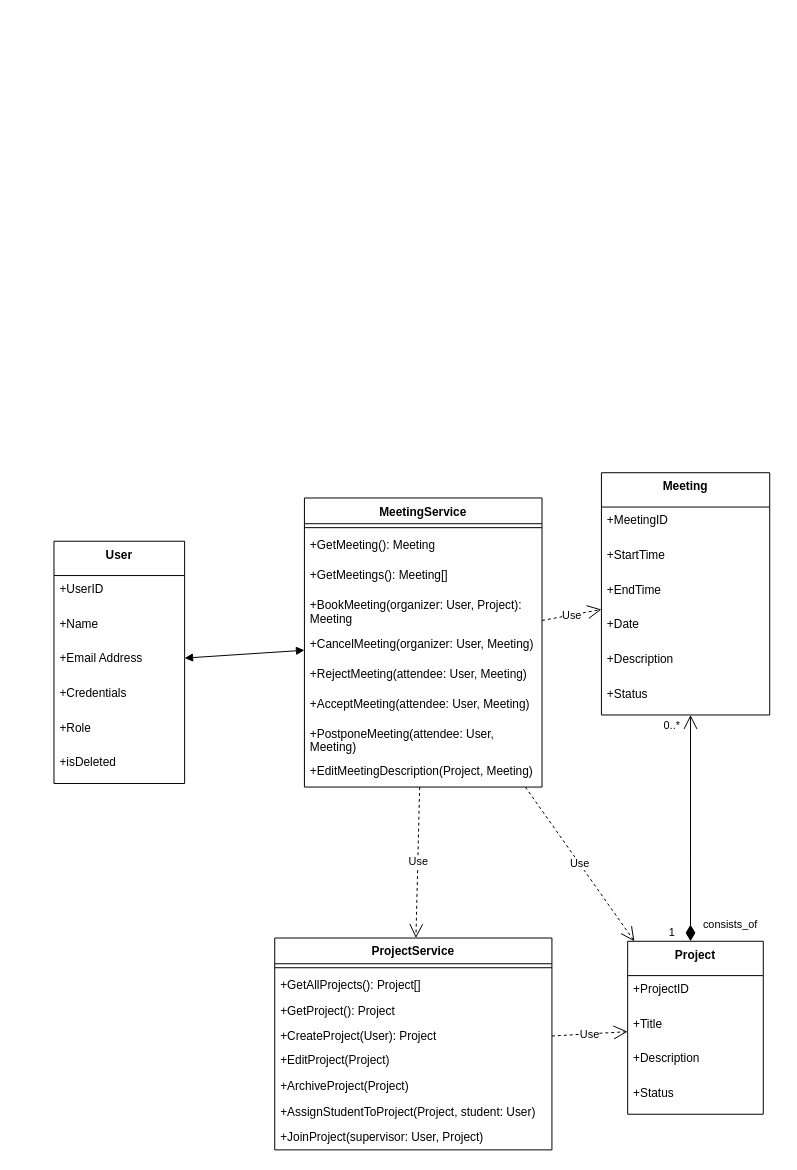
Above: UML/Class Diagrams/MeetingService Class Diagram.drawio in Beginner50/Dissertation (draw.io), before the change. Source tidied: cells renumbered, new cells numbered last; positions are measured from the earlier drawing's top-left corner, leaving out a move shared by most shapes. Both pictures are drawn from the tidied source at 99%, with x=0, y=0 at pixel (53, 472).
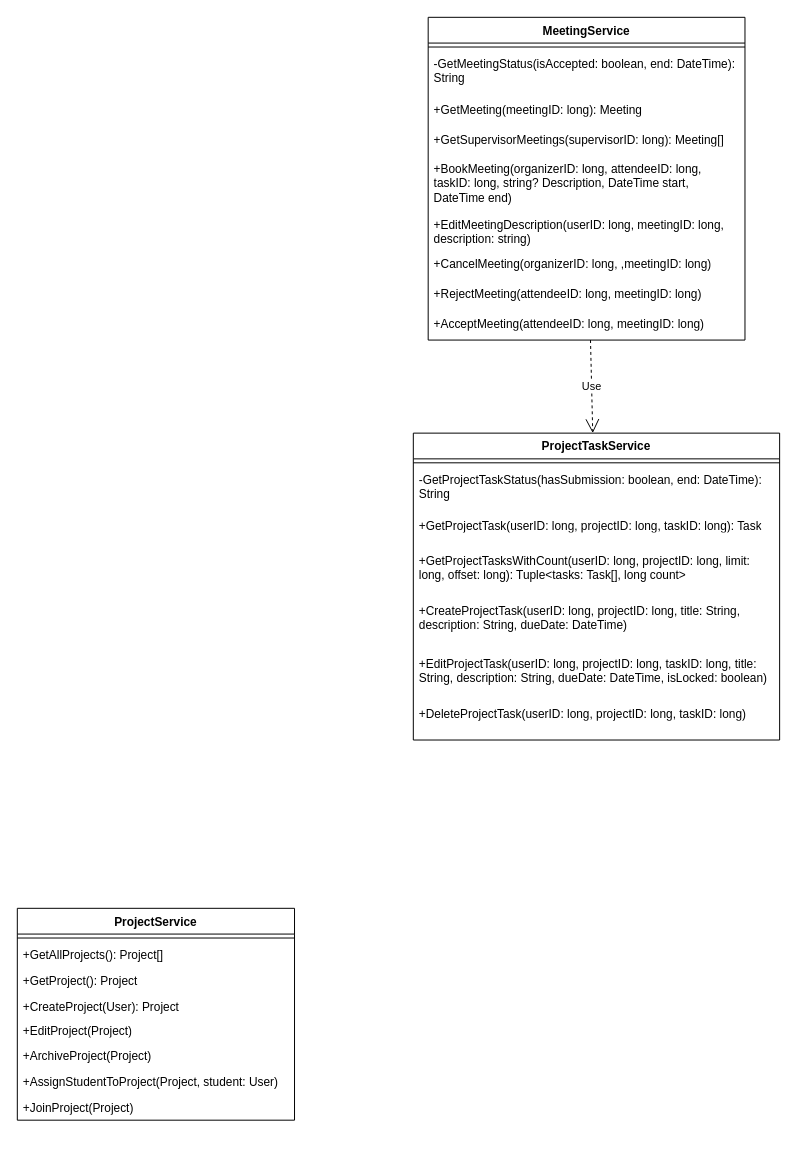
The same diagram, later.

What changed in the source:
```diff
@@
-    <mxCell id="2" value="Meeting" style="swimlane;fontStyle=1;align=center;verticalAlign=top;horizontal=1;startSize=34.666666666666664;" parent="1" vertex="1">
-      <mxGeometry x="553" width="170" height="244.7" as="geometry" />
-    </mxCell>
-    <mxCell id="3" value="+MeetingID" style="text;strokeColor=none;fillColor=none;align=left;verticalAlign=top;spacingLeft=4;spacingRight=4;overflow=hidden;" parent="2" vertex="1">
-      <mxGeometry y="34.7" width="170" height="35" as="geometry" />
-    </mxCell>
-    <mxCell id="4" value="+StartTime" style="text;strokeColor=none;fillColor=none;align=left;verticalAlign=top;spacingLeft=4;spacingRight=4;overflow=hidden;" parent="2" vertex="1">
-      <mxGeometry y="69.7" width="170" height="35" as="geometry" />
-    </mxCell>
-    <mxCell id="5" value="+EndTime" style="text;strokeColor=none;fillColor=none;align=left;verticalAlign=top;spacingLeft=4;spacingRight=4;overflow=hidden;" parent="2" vertex="1">
-      <mxGeometry y="104.7" width="170" height="35" as="geometry" />
-    </mxCell>
-    <mxCell id="6" value="+Date" style="text;strokeColor=none;fillColor=none;align=left;verticalAlign=top;spacingLeft=4;spacingRight=4;overflow=hidden;" parent="2" vertex="1">
-      <mxGeometry y="139.7" width="170" height="35" as="geometry" />
-    </mxCell>
-    <mxCell id="7" value="+Description" style="text;strokeColor=none;fillColor=none;align=left;verticalAlign=top;spacingLeft=4;spacingRight=4;overflow=hidden;" parent="2" vertex="1">
-      <mxGeometry y="174.7" width="170" height="35" as="geometry" />
-    </mxCell>
-    <mxCell id="8" value="+Status" style="text;strokeColor=none;fillColor=none;align=left;verticalAlign=top;spacingLeft=4;spacingRight=4;overflow=hidden;" parent="2" vertex="1">
-      <mxGeometry y="209.7" width="170" height="35" as="geometry" />
-    </mxCell>
     <mxCell id="9" value="MeetingService" style="swimlane;fontStyle=1;align=center;verticalAlign=top;horizontal=1;startSize=26;whiteSpace=wrap;html=1;" parent="1" vertex="1">
-      <mxGeometry x="253" y="25.5" width="240" height="292" as="geometry" />
+      <mxGeometry x="378" y="-460" width="320" height="326" as="geometry" />
     </mxCell>
     <mxCell id="10" style="line;strokeWidth=1;fillColor=none;align=left;verticalAlign=middle;spacingTop=-1;spacingLeft=3;spacingRight=3;labelPosition=right;strokeColor=inherit;" parent="9" vertex="1">
-      <mxGeometry y="26" width="240" height="8" as="geometry" />
+      <mxGeometry y="26" width="320" height="8" as="geometry" />
     </mxCell>
+    <mxCell id="48" value="-GetMeetingStatus(isAccepted: boolean, end: DateTime): String" style="text;strokeColor=none;fillColor=none;align=left;verticalAlign=top;spacingLeft=4;spacingRight=4;overflow=hidden;whiteSpace=wrap;html=1;" parent="9" vertex="1">
+      <mxGeometry y="34" width="320" height="46" as="geometry" />
+    </mxCell>
-    <mxCell id="11" value="+GetMeeting(): Meeting" style="text;strokeColor=none;fillColor=none;align=left;verticalAlign=top;spacingLeft=4;spacingRight=4;overflow=hidden;whiteSpace=wrap;html=1;" parent="9" vertex="1">
-      <mxGeometry y="34" width="240" height="30" as="geometry" />
+    <mxCell id="11" value="+GetMeeting(meetingID: long): Meeting" style="text;strokeColor=none;fillColor=none;align=left;verticalAlign=top;spacingLeft=4;spacingRight=4;overflow=hidden;whiteSpace=wrap;html=1;" parent="9" vertex="1">
+      <mxGeometry y="80" width="320" height="30" as="geometry" />
     </mxCell>
-    <mxCell id="12" value="+GetMeetings(): Meeting[]" style="text;strokeColor=none;fillColor=none;align=left;verticalAlign=top;spacingLeft=4;spacingRight=4;overflow=hidden;whiteSpace=wrap;html=1;" parent="9" vertex="1">
-      <mxGeometry y="64" width="240" height="30" as="geometry" />
+    <mxCell id="12" value="+GetSupervisorMeetings(supervisorID: long): Meeting[]" style="text;strokeColor=none;fillColor=none;align=left;verticalAlign=top;spacingLeft=4;spacingRight=4;overflow=hidden;whiteSpace=wrap;html=1;" parent="9" vertex="1">
+      <mxGeometry y="110" width="320" height="30" as="geometry" />
     </mxCell>
-    <mxCell id="13" value="+BookMeeting(organizer: User, Project): Meeting" style="text;strokeColor=none;fillColor=none;align=left;verticalAlign=top;spacingLeft=4;spacingRight=4;overflow=hidden;whiteSpace=wrap;html=1;" parent="9" vertex="1">
-      <mxGeometry y="94" width="240" height="40" as="geometry" />
+    <mxCell id="13" value="+BookMeeting&lt;span style=&quot;background-color: transparent; color: light-dark(rgb(0, 0, 0), rgb(255, 255, 255));&quot;&gt;(organizerID: long, attendeeID: long, taskID: long, string? Description, DateTime start, DateTime end)&lt;/span&gt;" style="text;strokeColor=none;fillColor=none;align=left;verticalAlign=top;spacingLeft=4;spacingRight=4;overflow=hidden;whiteSpace=wrap;html=1;" parent="9" vertex="1">
+      <mxGeometry y="140" width="320" height="56" as="geometry" />
     </mxCell>
+    <mxCell id="18" value="+EditMeetingDescription(userID: long, meetingID: long, description: string)" style="text;strokeColor=none;fillColor=none;align=left;verticalAlign=top;spacingLeft=4;spacingRight=4;overflow=hidden;whiteSpace=wrap;html=1;" parent="9" vertex="1">
+      <mxGeometry y="196" width="320" height="40" as="geometry" />
+    </mxCell>
-    <mxCell id="14" value="+CancelMeeting(organizer: User, Meeting)" style="text;strokeColor=none;fillColor=none;align=left;verticalAlign=top;spacingLeft=4;spacingRight=4;overflow=hidden;whiteSpace=wrap;html=1;" parent="9" vertex="1">
-      <mxGeometry y="134" width="240" height="30" as="geometry" />
+    <mxCell id="14" value="+CancelMeeting(organizerID: long, ,meetingID: long)" style="text;strokeColor=none;fillColor=none;align=left;verticalAlign=top;spacingLeft=4;spacingRight=4;overflow=hidden;whiteSpace=wrap;html=1;" parent="9" vertex="1">
+      <mxGeometry y="236" width="320" height="30" as="geometry" />
     </mxCell>
-    <mxCell id="15" value="+RejectMeeting(attendee: User, Meeting)" style="text;strokeColor=none;fillColor=none;align=left;verticalAlign=top;spacingLeft=4;spacingRight=4;overflow=hidden;whiteSpace=wrap;html=1;" parent="9" vertex="1">
-      <mxGeometry y="164" width="240" height="30" as="geometry" />
+    <mxCell id="15" value="+RejectMeeting(attendeeID: long, meetingID: long)" style="text;strokeColor=none;fillColor=none;align=left;verticalAlign=top;spacingLeft=4;spacingRight=4;overflow=hidden;whiteSpace=wrap;html=1;" parent="9" vertex="1">
+      <mxGeometry y="266" width="320" height="30" as="geometry" />
     </mxCell>
-    <mxCell id="16" value="+AcceptMeeting(attendee: User, Meeting)" style="text;strokeColor=none;fillColor=none;align=left;verticalAlign=top;spacingLeft=4;spacingRight=4;overflow=hidden;whiteSpace=wrap;html=1;" parent="9" vertex="1">
-      <mxGeometry y="194" width="240" height="30" as="geometry" />
+    <mxCell id="16" value="+AcceptMeeting(attendeeID: long, meetingID: long)" style="text;strokeColor=none;fillColor=none;align=left;verticalAlign=top;spacingLeft=4;spacingRight=4;overflow=hidden;whiteSpace=wrap;html=1;" parent="9" vertex="1">
+      <mxGeometry y="296" width="320" height="30" as="geometry" />
     </mxCell>
-    <mxCell id="17" value="+PostponeMeeting(attendee: User, Meeting)" style="text;strokeColor=none;fillColor=none;align=left;verticalAlign=top;spacingLeft=4;spacingRight=4;overflow=hidden;whiteSpace=wrap;html=1;" parent="9" vertex="1">
-      <mxGeometry y="224" width="240" height="38" as="geometry" />
-    </mxCell>
-    <mxCell id="18" value="+EditMeetingDescription(Project, Meeting)" style="text;strokeColor=none;fillColor=none;align=left;verticalAlign=top;spacingLeft=4;spacingRight=4;overflow=hidden;whiteSpace=wrap;html=1;" parent="9" vertex="1">
-      <mxGeometry y="262" width="240" height="30" as="geometry" />
-    </mxCell>
-    <mxCell id="19" value="Use" style="endArrow=open;endSize=12;dashed=1;html=1;rounded=0;" parent="1" edge="1" source="9" target="2">
-      <mxGeometry relative="1" as="geometry" />
-    </mxCell>
-    <mxCell id="20" value="User" style="swimlane;fontStyle=1;align=center;verticalAlign=top;horizontal=1;startSize=34.666666666666664;" parent="1" vertex="1">
-      <mxGeometry y="69.2" width="132" height="244.7" as="geometry" />
-    </mxCell>
-    <mxCell id="21" value="+UserID" style="text;strokeColor=none;fillColor=none;align=left;verticalAlign=top;spacingLeft=4;spacingRight=4;overflow=hidden;" parent="20" vertex="1">
-      <mxGeometry y="34.7" width="132" height="35" as="geometry" />
-    </mxCell>
-    <mxCell id="22" value="+Name" style="text;strokeColor=none;fillColor=none;align=left;verticalAlign=top;spacingLeft=4;spacingRight=4;overflow=hidden;" parent="20" vertex="1">
-      <mxGeometry y="69.7" width="132" height="35" as="geometry" />
-    </mxCell>
-    <mxCell id="23" value="+Email Address" style="text;strokeColor=none;fillColor=none;align=left;verticalAlign=top;spacingLeft=4;spacingRight=4;overflow=hidden;" parent="20" vertex="1">
-      <mxGeometry y="104.7" width="132" height="35" as="geometry" />
-    </mxCell>
-    <mxCell id="24" value="+Credentials" style="text;strokeColor=none;fillColor=none;align=left;verticalAlign=top;spacingLeft=4;spacingRight=4;overflow=hidden;" parent="20" vertex="1">
-      <mxGeometry y="139.7" width="132" height="35" as="geometry" />
-    </mxCell>
-    <mxCell id="25" value="+Role" style="text;strokeColor=none;fillColor=none;align=left;verticalAlign=top;spacingLeft=4;spacingRight=4;overflow=hidden;" parent="20" vertex="1">
-      <mxGeometry y="174.7" width="132" height="35" as="geometry" />
-    </mxCell>
-    <mxCell id="26" value="+isDeleted" style="text;strokeColor=none;fillColor=none;align=left;verticalAlign=top;spacingLeft=4;spacingRight=4;overflow=hidden;" parent="20" vertex="1">
-      <mxGeometry y="209.7" width="132" height="35" as="geometry" />
-    </mxCell>
-    <mxCell id="27" style="endArrow=block;startArrow=block;endFill=1;startFill=1;html=1;rounded=0;" parent="1" edge="1" source="9" target="20">
-      <mxGeometry relative="1" as="geometry" />
-    </mxCell>
-    <mxCell id="28" value="Use" style="endArrow=open;endSize=12;dashed=1;html=1;rounded=0;" parent="1" edge="1" source="9" target="39">
+    <mxCell id="28" value="Use" style="endArrow=open;endSize=12;dashed=1;html=1;rounded=0;" parent="1" edge="1" source="9" target="49">
       <mxGeometry relative="1" as="geometry" />
     </mxCell>
-    <mxCell id="29" value="Project" style="swimlane;fontStyle=1;align=center;verticalAlign=top;horizontal=1;startSize=34.666666666666664;" parent="1" vertex="1">
-      <mxGeometry x="579.5" y="473.3" width="137" height="174.7" as="geometry" />
-    </mxCell>
-    <mxCell id="30" value="+ProjectID" style="text;strokeColor=none;fillColor=none;align=left;verticalAlign=top;spacingLeft=4;spacingRight=4;overflow=hidden;" parent="29" vertex="1">
-      <mxGeometry y="34.7" width="137" height="35" as="geometry" />
-    </mxCell>
-    <mxCell id="31" value="+Title" style="text;strokeColor=none;fillColor=none;align=left;verticalAlign=top;spacingLeft=4;spacingRight=4;overflow=hidden;" parent="29" vertex="1">
-      <mxGeometry y="69.7" width="137" height="35" as="geometry" />
-    </mxCell>
-    <mxCell id="32" value="+Description" style="text;strokeColor=none;fillColor=none;align=left;verticalAlign=top;spacingLeft=4;spacingRight=4;overflow=hidden;" parent="29" vertex="1">
-      <mxGeometry y="104.7" width="137" height="35" as="geometry" />
-    </mxCell>
-    <mxCell id="33" value="+Status" style="text;strokeColor=none;fillColor=none;align=left;verticalAlign=top;spacingLeft=4;spacingRight=4;overflow=hidden;" parent="29" vertex="1">
-      <mxGeometry y="139.7" width="137" height="35" as="geometry" />
-    </mxCell>
-    <mxCell id="34" value="Use" style="endArrow=open;endSize=12;dashed=1;html=1;rounded=0;" parent="1" edge="1" source="39" target="29">
-      <mxGeometry relative="1" as="geometry" />
-    </mxCell>
-    <mxCell id="35" value="Use" style="endArrow=open;endSize=12;dashed=1;html=1;rounded=0;" parent="1" edge="1" source="9" target="29">
-      <mxGeometry relative="1" as="geometry" />
-    </mxCell>
-    <mxCell id="36" value="consists_of" style="endArrow=open;html=1;endSize=12;startArrow=diamondThin;startSize=14;startFill=1;edgeStyle=orthogonalEdgeStyle;rounded=0;" parent="1" edge="1" source="29" target="2">
-      <mxGeometry x="-0.85" y="-40" relative="1" as="geometry">
-        <Array as="points">
-          <mxPoint x="643" y="390" />
-          <mxPoint x="643" y="390" />
-        </Array>
-      </mxGeometry>
-    </mxCell>
-    <mxCell id="37" value="1" style="edgeLabel;html=1;align=center;verticalAlign=middle;labelPosition=center;verticalLabelPosition=middle;" parent="36" vertex="1">
-      <mxGeometry x="-1" relative="1" as="geometry">
-        <mxPoint x="-20" y="-10" as="offset" />
-      </mxGeometry>
-    </mxCell>
-    <mxCell id="38" value="0..*" style="edgeLabel;html=1;align=center;verticalAlign=middle;labelPosition=center;verticalLabelPosition=middle;" parent="36" vertex="1">
-      <mxGeometry x="1" relative="1" as="geometry">
-        <mxPoint x="-20" y="10" as="offset" />
-      </mxGeometry>
-    </mxCell>
     <mxCell id="39" value="ProjectService" style="swimlane;fontStyle=1;align=center;verticalAlign=top;horizontal=1;startSize=26;whiteSpace=wrap;html=1;" parent="1" vertex="1">
-      <mxGeometry x="223" y="470" width="280" height="214" as="geometry" />
+      <mxGeometry x="-37" y="440" width="280" height="214" as="geometry" />
     </mxCell>
@@
-    <mxCell id="47" value="+JoinProject(supervisor: User, Project)" style="text;strokeColor=none;fillColor=none;align=left;verticalAlign=top;spacingLeft=4;spacingRight=4;overflow=hidden;whiteSpace=wrap;html=1;" parent="39" vertex="1">
+    <mxCell id="47" value="+JoinProject(Project)" style="text;strokeColor=none;fillColor=none;align=left;verticalAlign=top;spacingLeft=4;spacingRight=4;overflow=hidden;whiteSpace=wrap;html=1;" parent="39" vertex="1">
       <mxGeometry y="188" width="280" height="26" as="geometry" />
     </mxCell>
+    <mxCell id="49" value="ProjectTaskService" style="swimlane;fontStyle=1;align=center;verticalAlign=top;horizontal=1;startSize=26;whiteSpace=wrap;html=1;" parent="1" vertex="1">
+      <mxGeometry x="363" y="-40" width="370" height="310" as="geometry" />
+    </mxCell>
+    <mxCell id="50" style="line;strokeWidth=1;fillColor=none;align=left;verticalAlign=middle;spacingTop=-1;spacingLeft=3;spacingRight=3;labelPosition=right;strokeColor=inherit;" parent="49" vertex="1">
+      <mxGeometry y="26" width="370" height="8" as="geometry" />
+    </mxCell>
+    <mxCell id="51" value="-GetProjectTaskStatus(hasSubmission: boolean, end: DateTime): String" style="text;strokeColor=none;fillColor=none;align=left;verticalAlign=top;spacingLeft=4;spacingRight=4;overflow=hidden;whiteSpace=wrap;html=1;" parent="49" vertex="1">
+      <mxGeometry y="34" width="370" height="46" as="geometry" />
+    </mxCell>
+    <mxCell id="52" value="+GetProjectTask(userID: long, projectID: long, taskID: long): Task" style="text;strokeColor=none;fillColor=none;align=left;verticalAlign=top;spacingLeft=4;spacingRight=4;overflow=hidden;whiteSpace=wrap;html=1;" parent="49" vertex="1">
+      <mxGeometry y="80" width="370" height="36" as="geometry" />
+    </mxCell>
+    <mxCell id="53" value="+GetProjectTasksWithCount(userID: long, projectID: long, limit: long, offset: long): Tuple&amp;lt;tasks: Task[], long count&amp;gt;" style="text;strokeColor=none;fillColor=none;align=left;verticalAlign=top;spacingLeft=4;spacingRight=4;overflow=hidden;whiteSpace=wrap;html=1;" parent="49" vertex="1">
+      <mxGeometry y="116" width="370" height="50" as="geometry" />
+    </mxCell>
+    <mxCell id="54" value="+CreateProjectTask(userID: long, projectID: long, title: String, description: String, dueDate: DateTime)" style="text;strokeColor=none;fillColor=none;align=left;verticalAlign=top;spacingLeft=4;spacingRight=4;overflow=hidden;whiteSpace=wrap;html=1;" parent="49" vertex="1">
+      <mxGeometry y="166" width="370" height="54" as="geometry" />
+    </mxCell>
+    <mxCell id="55" value="+EditProjectTask(userID: long, projectID: long, taskID: long, title: String, description: String, dueDate: DateTime, isLocked: boolean)&amp;nbsp;" style="text;strokeColor=none;fillColor=none;align=left;verticalAlign=top;spacingLeft=4;spacingRight=4;overflow=hidden;whiteSpace=wrap;html=1;" parent="49" vertex="1">
+      <mxGeometry y="220" width="370" height="50" as="geometry" />
+    </mxCell>
+    <mxCell id="56" value="+DeleteProjectTask(userID: long, projectID: long, taskID: long)&amp;nbsp;" style="text;strokeColor=none;fillColor=none;align=left;verticalAlign=top;spacingLeft=4;spacingRight=4;overflow=hidden;whiteSpace=wrap;html=1;" parent="49" vertex="1">
+      <mxGeometry y="270" width="370" height="40" as="geometry" />
+    </mxCell>
```
